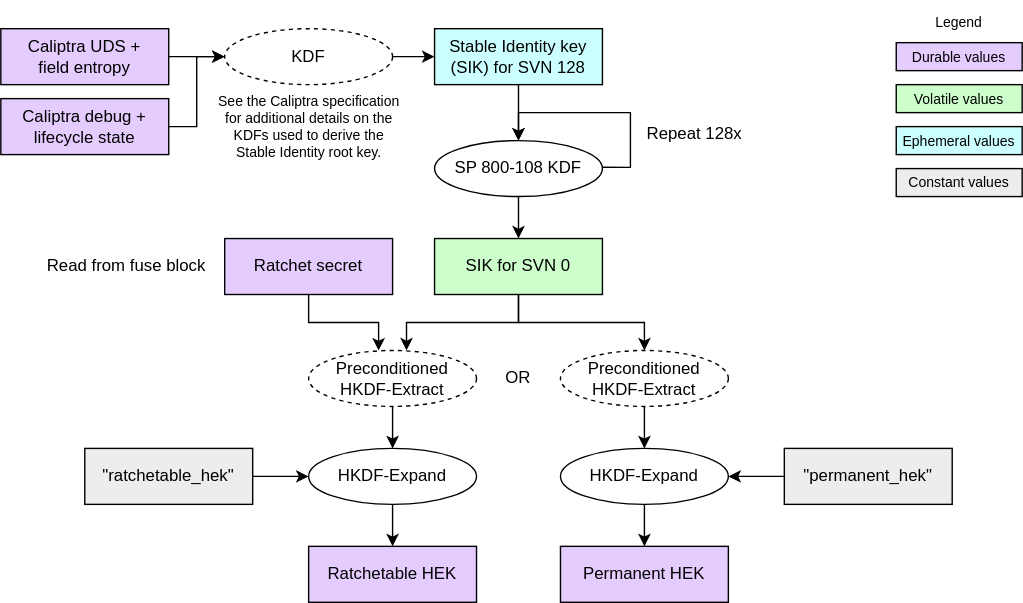
This is doc/ocp_lock/diagrams/hek_derivation.drawio.svg from chipsalliance/Caliptra, a draw.io export, as it was before one commit. Source tidied: cells renumbered, new cells last; positions are measured from the earlier drawing's top-left corner, leaving out a move shared by most shapes.
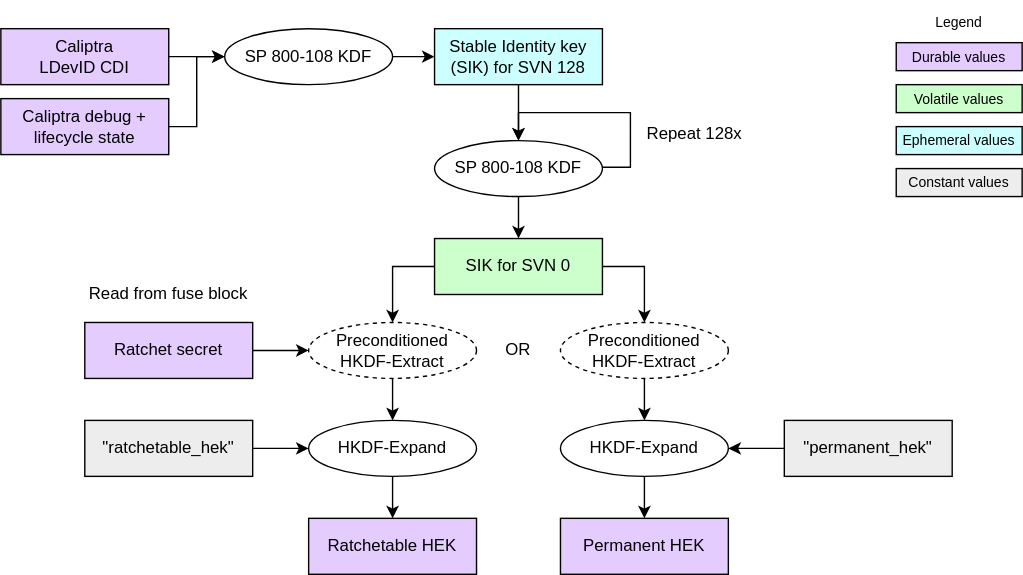
Above is the later version.

Diff of the diagram source:
```diff
@@ -6,16 +6,16 @@
       <mxGeometry x="310" y="170" width="120" height="40" as="geometry" />
     </mxCell>
     <mxCell id="3" value="&lt;div&gt;&lt;font color=&quot;#000000&quot;&gt;Ratchet&amp;nbsp;&lt;/font&gt;&lt;span style=&quot;background-color: transparent;&quot;&gt;secret&lt;/span&gt;&lt;/div&gt;" style="rounded=0;whiteSpace=wrap;html=1;align=center;verticalAlign=middle;shadow=0;glass=0;spacingLeft=0;spacingBottom=0;spacingTop=0;fillColor=#E5CCFF;" parent="1" vertex="1">
-      <mxGeometry x="160" y="170" width="120" height="40" as="geometry" />
+      <mxGeometry x="60" y="230" width="120" height="40" as="geometry" />
     </mxCell>
     <mxCell id="4" value="Preconditioned HKDF-Extract" style="ellipse;whiteSpace=wrap;html=1;fillColor=#FFFFFF;dashed=1;" parent="1" vertex="1">
-      <mxGeometry x="220" y="250" width="120" height="40" as="geometry" />
+      <mxGeometry x="220" y="230" width="120" height="40" as="geometry" />
     </mxCell>
     <mxCell id="5" value="HKDF-Expand" style="ellipse;whiteSpace=wrap;html=1;fillColor=#FFFFFF;" parent="1" vertex="1">
-      <mxGeometry x="220" y="320" width="120" height="40" as="geometry" />
+      <mxGeometry x="220" y="300" width="120" height="40" as="geometry" />
     </mxCell>
     <mxCell id="6" value="&lt;div&gt;&lt;font color=&quot;#000000&quot;&gt;Ratchetable HEK&lt;/font&gt;&lt;/div&gt;" style="rounded=0;whiteSpace=wrap;html=1;align=center;verticalAlign=middle;shadow=0;glass=0;spacingLeft=0;spacingBottom=0;spacingTop=0;fillColor=#E5CCFF;" parent="1" vertex="1">
-      <mxGeometry x="220" y="390" width="120" height="40" as="geometry" />
+      <mxGeometry x="220" y="370" width="120" height="40" as="geometry" />
     </mxCell>
     <mxCell id="7" style="endArrow=classic;html=1;exitX=0.5;exitY=1;exitDx=0;exitDy=0;entryX=0.5;entryY=0;entryDx=0;entryDy=0;" parent="1" edge="1" source="4" target="5">
       <mxGeometry relative="1" as="geometry" />
@@ -26,7 +26,7 @@
     <mxCell id="9" value="&lt;div&gt;&lt;font color=&quot;#000000&quot;&gt;Stable Identity&amp;nbsp;&lt;/font&gt;&lt;span style=&quot;background-color: transparent;&quot;&gt;key&lt;/span&gt;&lt;/div&gt;&lt;div&gt;&lt;span style=&quot;background-color: transparent;&quot;&gt;(SIK) for SVN 128&lt;/span&gt;&lt;/div&gt;" style="rounded=0;whiteSpace=wrap;html=1;align=center;verticalAlign=middle;shadow=0;glass=0;spacingLeft=0;spacingBottom=0;spacingTop=0;fillColor=#CCFFFF;" parent="1" vertex="1">
       <mxGeometry x="310" y="20" width="120" height="40" as="geometry" />
     </mxCell>
-    <mxCell id="10" value="&lt;div&gt;&lt;font color=&quot;#000000&quot;&gt;Caliptra UDS +&lt;/font&gt;&lt;/div&gt;&lt;div&gt;&lt;font color=&quot;#000000&quot;&gt;field entropy&lt;/font&gt;&lt;/div&gt;" style="rounded=0;whiteSpace=wrap;html=1;align=center;verticalAlign=middle;shadow=0;glass=0;spacingLeft=0;spacingBottom=0;spacingTop=0;fillColor=#E5CCFF;" parent="1" vertex="1">
+    <mxCell id="10" value="&lt;div&gt;&lt;font color=&quot;#000000&quot;&gt;Caliptra&lt;/font&gt;&lt;/div&gt;&lt;div&gt;&lt;font color=&quot;#000000&quot;&gt;LDevID CDI&lt;/font&gt;&lt;/div&gt;" style="rounded=0;whiteSpace=wrap;html=1;align=center;verticalAlign=middle;shadow=0;glass=0;spacingLeft=0;spacingBottom=0;spacingTop=0;fillColor=#E5CCFF;" parent="1" vertex="1">
       <mxGeometry y="20" width="120" height="40" as="geometry" />
     </mxCell>
     <mxCell id="11" value="SP 800-108 KDF" style="ellipse;whiteSpace=wrap;html=1;fillColor=#FFFFFF;" parent="1" vertex="1">
@@ -47,7 +47,7 @@
     <mxCell id="14" value="Repeat 128x" style="text;strokeColor=none;align=left;fillColor=none;html=1;verticalAlign=middle;whiteSpace=wrap;rounded=0;fontSize=12;" parent="1" vertex="1">
       <mxGeometry x="460" y="80" width="90" height="30" as="geometry" />
     </mxCell>
-    <mxCell id="15" value="KDF" style="ellipse;whiteSpace=wrap;html=1;fillColor=#FFFFFF;dashed=1;" parent="1" vertex="1">
+    <mxCell id="15" value="&lt;span style=&quot;color: rgb(0, 0, 0);&quot;&gt;SP 800-108 KDF&lt;/span&gt;" style="ellipse;whiteSpace=wrap;html=1;fillColor=#FFFFFF;" parent="1" vertex="1">
       <mxGeometry x="160" y="20" width="120" height="40" as="geometry" />
     </mxCell>
     <mxCell id="16" style="endArrow=classic;html=1;exitX=1;exitY=0.5;exitDx=0;exitDy=0;entryX=0;entryY=0.5;entryDx=0;entryDy=0;" parent="1" edge="1" source="10" target="15">
@@ -59,28 +59,28 @@
     <mxCell id="18" style="endArrow=classic;html=1;exitX=0.5;exitY=1;exitDx=0;exitDy=0;entryX=0.5;entryY=0;entryDx=0;entryDy=0;" parent="1" edge="1" source="11" target="2">
       <mxGeometry relative="1" as="geometry" />
     </mxCell>
-    <mxCell id="19" style="edgeStyle=elbowEdgeStyle;endArrow=classic;html=1;rounded=0;endSize=6;startSize=6;exitX=0.5;exitY=1;exitDx=0;exitDy=0;arcSize=20;entryX=0.583;entryY=0;entryDx=0;entryDy=0;elbow=vertical;entryPerimeter=0;" parent="1" edge="1" source="2" target="4">
+    <mxCell id="19" style="edgeStyle=elbowEdgeStyle;endArrow=classic;html=1;rounded=0;endSize=6;startSize=6;exitX=0;exitY=0.5;exitDx=0;exitDy=0;arcSize=20;entryX=0.5;entryY=0;entryDx=0;entryDy=0;elbow=vertical;" parent="1" edge="1" source="2" target="4">
       <mxGeometry relative="1" as="geometry">
         <Array as="points">
-          <mxPoint x="350" y="230" />
+          <mxPoint x="290" y="190" />
         </Array>
       </mxGeometry>
     </mxCell>
-    <mxCell id="20" style="edgeStyle=elbowEdgeStyle;endArrow=classic;html=1;rounded=0;endSize=6;startSize=6;exitX=0.5;exitY=1;exitDx=0;exitDy=0;arcSize=20;entryX=0.5;entryY=0;entryDx=0;entryDy=0;elbow=vertical;" parent="1" edge="1" source="2" target="21">
+    <mxCell id="20" style="edgeStyle=elbowEdgeStyle;endArrow=classic;html=1;rounded=0;endSize=6;startSize=6;exitX=1;exitY=0.5;exitDx=0;exitDy=0;arcSize=20;entryX=0.5;entryY=0;entryDx=0;entryDy=0;elbow=vertical;" parent="1" edge="1" source="2" target="21">
       <mxGeometry relative="1" as="geometry">
         <Array as="points">
-          <mxPoint x="390" y="230" />
+          <mxPoint x="460" y="190" />
         </Array>
       </mxGeometry>
     </mxCell>
-    <mxCell id="21" value="&lt;span style=&quot;color: rgb(0, 0, 0);&quot;&gt;Preconditioned HKDF-Extract&lt;/span&gt;" style="ellipse;whiteSpace=wrap;html=1;fillColor=#FFFFFF;dashed=1;" parent="1" vertex="1">
-      <mxGeometry x="400" y="250" width="120" height="40" as="geometry" />
+    <mxCell id="21" value="&lt;span style=&quot;color: rgb(0, 0, 0);&quot;&gt;Preconditioned&lt;/span&gt;&lt;div&gt;HKDF-Extract&lt;/div&gt;" style="ellipse;whiteSpace=wrap;html=1;fillColor=#FFFFFF;dashed=1;" parent="1" vertex="1">
+      <mxGeometry x="400" y="230" width="120" height="40" as="geometry" />
     </mxCell>
     <mxCell id="22" value="HKDF-Expand" style="ellipse;whiteSpace=wrap;html=1;fillColor=#FFFFFF;" parent="1" vertex="1">
-      <mxGeometry x="400" y="320" width="120" height="40" as="geometry" />
+      <mxGeometry x="400" y="300" width="120" height="40" as="geometry" />
     </mxCell>
     <mxCell id="23" value="&lt;div&gt;&lt;font color=&quot;#000000&quot;&gt;Permanent HEK&lt;/font&gt;&lt;/div&gt;" style="rounded=0;whiteSpace=wrap;html=1;align=center;verticalAlign=middle;shadow=0;glass=0;spacingLeft=0;spacingBottom=0;spacingTop=0;fillColor=#E5CCFF;" parent="1" vertex="1">
-      <mxGeometry x="400" y="390" width="120" height="40" as="geometry" />
+      <mxGeometry x="400" y="370" width="120" height="40" as="geometry" />
     </mxCell>
     <mxCell id="24" style="endArrow=classic;html=1;exitX=0.5;exitY=1;exitDx=0;exitDy=0;entryX=0.5;entryY=0;entryDx=0;entryDy=0;" parent="1" edge="1" source="21" target="22">
       <mxGeometry relative="1" as="geometry" />
@@ -101,13 +101,13 @@
       <mxGeometry x="640" y="90" width="90" height="20" as="geometry" />
     </mxCell>
     <mxCell id="30" value="&lt;div&gt;&lt;font color=&quot;#000000&quot;&gt;&quot;ratchetable_hek&quot;&lt;/font&gt;&lt;/div&gt;" style="rounded=0;whiteSpace=wrap;html=1;align=center;verticalAlign=middle;shadow=0;glass=0;spacingLeft=0;spacingBottom=0;spacingTop=0;fillColor=#EDEDED;" parent="1" vertex="1">
-      <mxGeometry x="60" y="320" width="120" height="40" as="geometry" />
+      <mxGeometry x="60" y="300" width="120" height="40" as="geometry" />
     </mxCell>
     <mxCell id="31" style="endArrow=classic;html=1;exitX=1;exitY=0.5;exitDx=0;exitDy=0;entryX=0;entryY=0.5;entryDx=0;entryDy=0;" parent="1" edge="1" source="30" target="5">
       <mxGeometry relative="1" as="geometry" />
     </mxCell>
     <mxCell id="32" value="&lt;div&gt;&lt;font color=&quot;#000000&quot;&gt;&quot;permanent_hek&quot;&lt;/font&gt;&lt;/div&gt;" style="rounded=0;whiteSpace=wrap;html=1;align=center;verticalAlign=middle;shadow=0;glass=0;spacingLeft=0;spacingBottom=0;spacingTop=0;fillColor=#EDEDED;" parent="1" vertex="1">
-      <mxGeometry x="560" y="320" width="120" height="40" as="geometry" />
+      <mxGeometry x="560" y="300" width="120" height="40" as="geometry" />
     </mxCell>
     <mxCell id="33" style="endArrow=classic;html=1;entryX=1;entryY=0.5;entryDx=0;entryDy=0;exitX=0;exitY=0.5;exitDx=0;exitDy=0;" parent="1" edge="1" source="32" target="22">
       <mxGeometry relative="1" as="geometry" />
@@ -116,7 +116,7 @@
       <mxGeometry x="640" y="120" width="90" height="20" as="geometry" />
     </mxCell>
     <mxCell id="35" value="OR" style="text;strokeColor=none;align=center;fillColor=none;html=1;verticalAlign=middle;whiteSpace=wrap;rounded=0;" parent="1" vertex="1">
-      <mxGeometry x="340" y="255" width="60" height="30" as="geometry" />
+      <mxGeometry x="340" y="235" width="60" height="30" as="geometry" />
     </mxCell>
     <mxCell id="36" value="&lt;div&gt;&lt;font color=&quot;#000000&quot;&gt;Caliptra debug + lifecycle state&lt;/font&gt;&lt;/div&gt;" style="rounded=0;whiteSpace=wrap;html=1;align=center;verticalAlign=middle;shadow=0;glass=0;spacingLeft=0;spacingBottom=0;spacingTop=0;fillColor=#E5CCFF;" parent="1" vertex="1">
       <mxGeometry y="70" width="120" height="40" as="geometry" />
@@ -125,13 +125,10 @@
       <mxGeometry relative="1" as="geometry" />
     </mxCell>
     <mxCell id="38" value="Read from fuse block" style="text;strokeColor=none;align=center;fillColor=none;html=1;verticalAlign=middle;whiteSpace=wrap;rounded=0;fontSize=12;" parent="1" vertex="1">
-      <mxGeometry x="30" y="175" width="120" height="30" as="geometry" />
+      <mxGeometry x="60" y="195" width="120" height="30" as="geometry" />
     </mxCell>
-    <mxCell id="39" style="edgeStyle=orthogonalEdgeStyle;endArrow=classic;html=1;rounded=0;endSize=6;startSize=6;exitX=0.5;exitY=1;exitDx=0;exitDy=0;arcSize=20;entryX=0.417;entryY=0.002;entryDx=0;entryDy=0;entryPerimeter=0;" parent="1" edge="1" source="3" target="4">
+    <mxCell id="39" style="edgeStyle=orthogonalEdgeStyle;endArrow=classic;html=1;rounded=0;endSize=6;startSize=6;exitX=1;exitY=0.5;exitDx=0;exitDy=0;arcSize=20;entryX=0;entryY=0.5;entryDx=0;entryDy=0;" parent="1" edge="1" source="3" target="4">
       <mxGeometry relative="1" as="geometry" />
     </mxCell>
-    <mxCell id="40" value="See the Caliptra specification for additional details on the KDFs used to derive the Stable Identity root key." style="text;strokeColor=none;align=center;fillColor=none;html=1;verticalAlign=middle;whiteSpace=wrap;rounded=0;fontSize=10;" parent="1" vertex="1">
-      <mxGeometry x="152.5" y="75" width="135" height="30" as="geometry" />
-    </mxCell>
   </root>
 </mxGraphModel>
```
